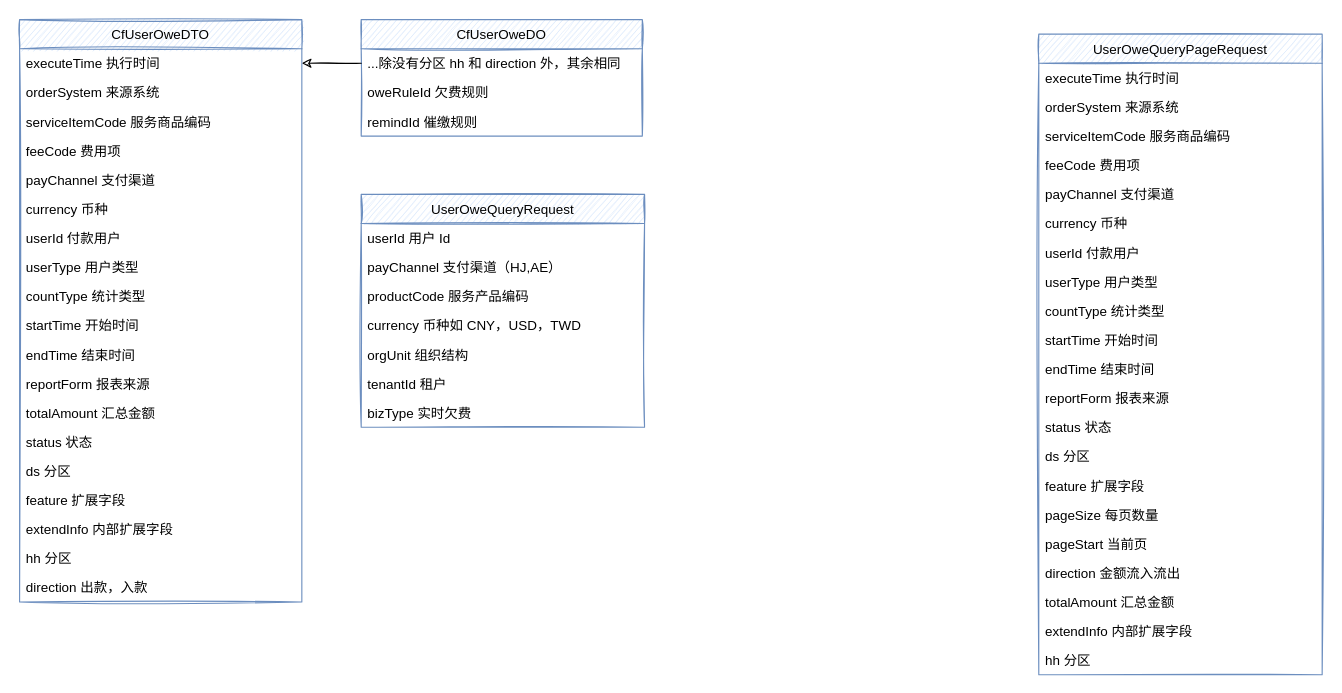
This is page "欠费接口-cfApi" (4 of 4) of Untitled Diagram.drawio from Lichit-bot/hello-computer, a draw.io file, before an edit. Source tidied: cells renumbered, new cells numbered last; positions are measured from the earlier drawing's top-left corner, leaving out a move shared by most shapes. Both pictures are drawn from the tidied source at 112%, with x=0, y=0 at pixel (19, 19).
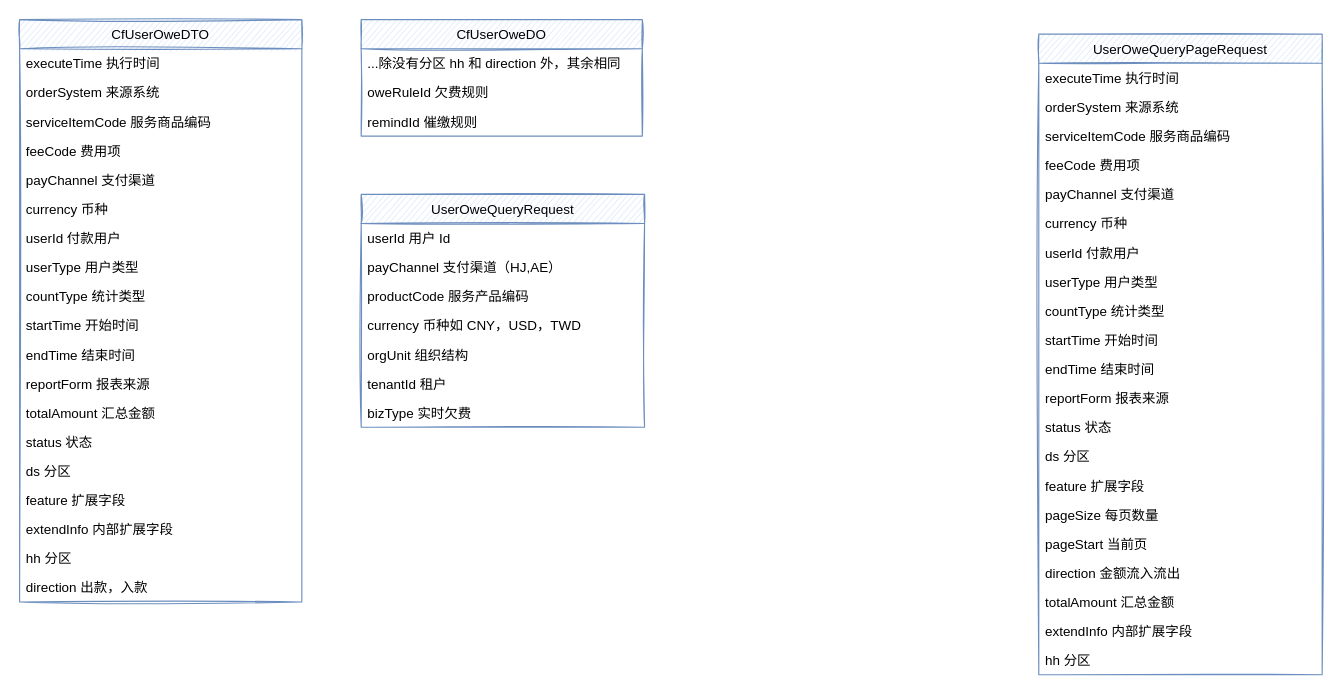
Above is the later version.

Unchanged cells that the change refers to:
```xml
<mxCell id="3" value="executeTime 执行时间" style="text;strokeColor=none;fillColor=none;align=left;verticalAlign=top;spacingLeft=4;spacingRight=4;overflow=hidden;points=[[0,0.5],[1,0.5]];portConstraint=eastwest;" parent="2" vertex="1">
  <mxGeometry y="26" width="252" height="26" as="geometry" />
</mxCell>
<mxCell id="23" value="...除没有分区 hh 和 direction 外，其余相同" style="text;strokeColor=none;fillColor=none;align=left;verticalAlign=top;spacingLeft=4;spacingRight=4;overflow=hidden;points=[[0,0.5],[1,0.5]];portConstraint=eastwest;" parent="22" vertex="1">
  <mxGeometry y="26" width="251" height="26" as="geometry" />
</mxCell>
```

Diff of the diagram source:
```diff
@@
-    <mxCell id="26" style="edgeStyle=orthogonalEdgeStyle;rounded=0;jettySize=auto;html=1;exitX=0;exitY=0.5;exitDx=0;exitDy=0;entryX=1;entryY=0.5;entryDx=0;entryDy=0;sketch=1;" parent="1" edge="1" source="23" target="3">
-      <mxGeometry relative="1" as="geometry" />
-    </mxCell>
```
